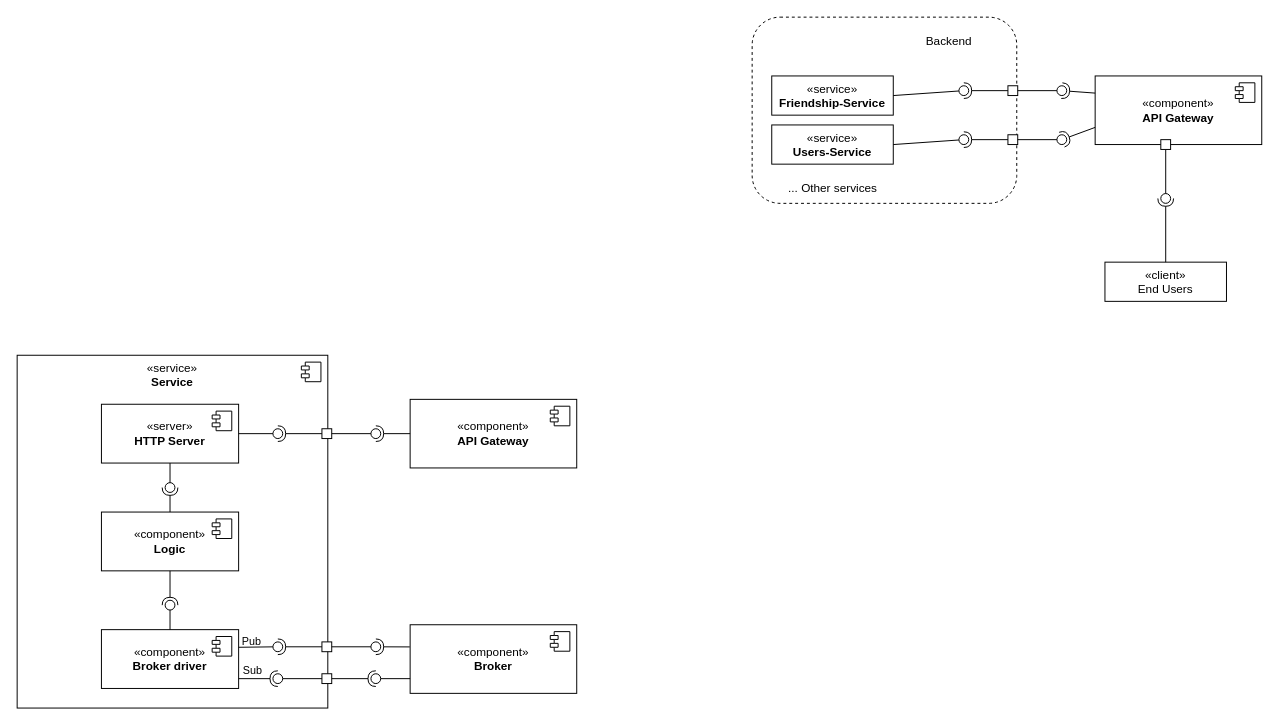
Earlier version of the draw.io diagram page "Page-4" (4 of 4) of resources/ddd.drawio (zucchero-sintattico/piper-kt). Source tidied: cells renumbered, new cells numbered last; positions are measured from the earlier drawing's top-left corner, leaving out a move shared by most shapes. Both pictures are drawn from the tidied source at 98%, with x=0, y=0 at pixel (17, 17).
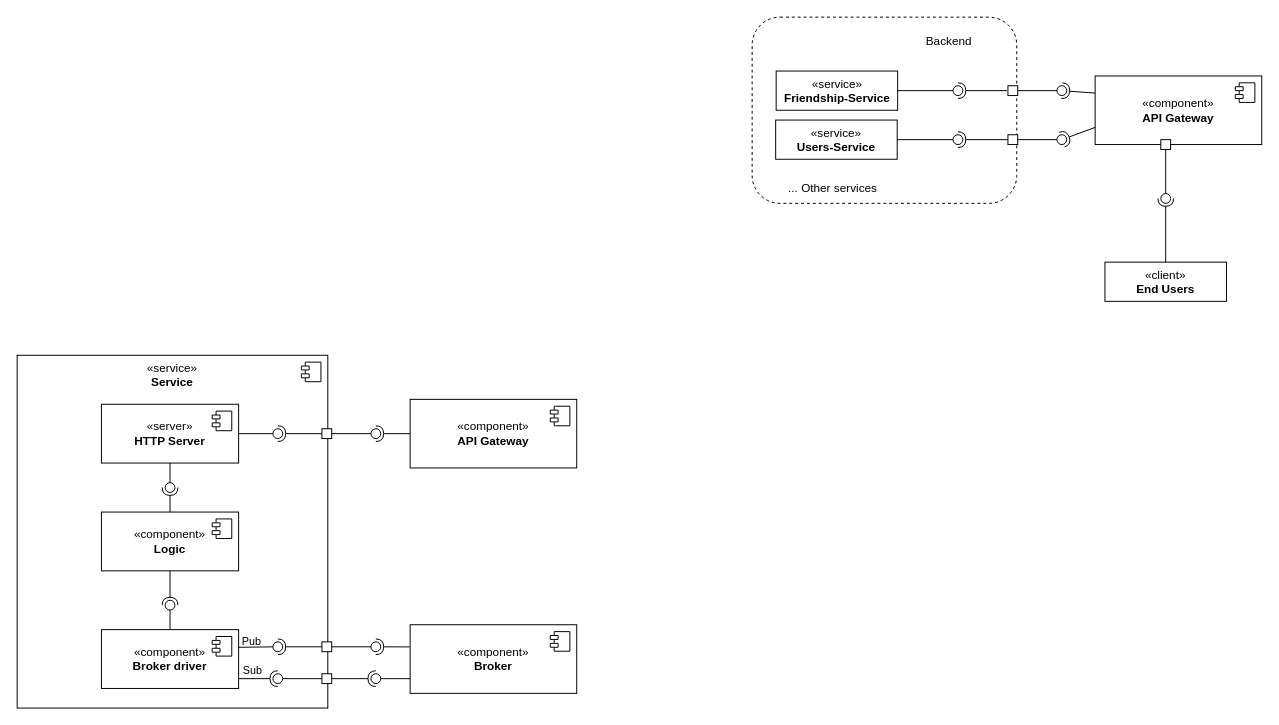
Above is the later version.

Commit message:
docs: fix api gateway diagram

Unchanged cells that the change refers to:
```xml
<mxCell id="51" style="rounded=0;whiteSpace=wrap;html=1;" parent="1" vertex="1">
  <mxGeometry x="1011" y="70" width="10" height="10" as="geometry" />
</mxCell>
<mxCell id="54" style="ellipse;whiteSpace=wrap;html=1;align=center;fillColor=none;strokeColor=none;perimeter=centerPerimeter;points=[];outlineConnect=1;" parent="1" vertex="1">
  <mxGeometry x="961" y="70" width="10" height="10" as="geometry" />
</mxCell>
```

Change to the diagram source:
```diff
@@
     <mxCell id="50" value="«service»&lt;br&gt;&lt;b&gt;Friendship-Service&lt;/b&gt;" style="html=1;whiteSpace=wrap;fontColor=default;align=center;verticalAlign=top;" parent="1" vertex="1">
-      <mxGeometry x="770" y="60" width="124" height="40" as="geometry" />
+      <mxGeometry x="774.5" y="55" width="124" height="40" as="geometry" />
     </mxCell>
@@
-    <mxCell id="52" style="rounded=0;jettySize=auto;html=1;endArrow=halfCircle;endFill=0;endSize=6;strokeWidth=1;sketch=0;exitX=0;exitY=0.5;exitDx=0;exitDy=0;" parent="1" edge="1" source="51" target="54">
-      <mxGeometry relative="1" as="geometry" />
+    <mxCell id="52" style="rounded=0;orthogonalLoop=1;jettySize=auto;html=1;endArrow=halfCircle;endFill=0;endSize=6;strokeWidth=1;sketch=0;" parent="1" edge="1">
+      <mxGeometry relative="1" as="geometry">
+        <mxPoint x="1010" y="75" as="sourcePoint" />
+        <mxPoint x="960" y="75" as="targetPoint" />
+      </mxGeometry>
     </mxCell>
-    <mxCell id="53" style="rounded=0;jettySize=auto;html=1;endArrow=oval;endFill=0;sketch=0;sourcePerimeterSpacing=0;targetPerimeterSpacing=0;endSize=10;exitX=1;exitY=0.5;exitDx=0;exitDy=0;" parent="1" edge="1" source="50" target="54">
-      <mxGeometry relative="1" as="geometry" />
+    <mxCell id="53" style="rounded=0;jettySize=auto;html=1;endArrow=oval;endFill=0;sketch=0;sourcePerimeterSpacing=0;targetPerimeterSpacing=0;endSize=10;exitX=1;exitY=0.5;exitDx=0;exitDy=0;" parent="1" edge="1" source="50">
+      <mxGeometry relative="1" as="geometry">
+        <mxPoint x="960" y="75" as="targetPoint" />
+      </mxGeometry>
     </mxCell>
@@
     <mxCell id="60" value="«service»&lt;br&gt;&lt;b&gt;Users-Service&lt;/b&gt;" style="html=1;whiteSpace=wrap;fontColor=default;align=center;verticalAlign=top;" parent="1" vertex="1">
-      <mxGeometry x="770" y="110" width="124" height="40" as="geometry" />
+      <mxGeometry x="774" y="105" width="124" height="40" as="geometry" />
     </mxCell>
@@
     <mxCell id="64" style="ellipse;whiteSpace=wrap;html=1;align=center;fillColor=none;strokeColor=none;perimeter=centerPerimeter;points=[];outlineConnect=1;" parent="1" vertex="1">
-      <mxGeometry x="961" y="120" width="10" height="10" as="geometry" />
+      <mxGeometry x="955" y="120" width="10" height="10" as="geometry" />
     </mxCell>
@@
-    <mxCell id="70" value="«client»&lt;div&gt;End Users&lt;/div&gt;" style="html=1;whiteSpace=wrap;fontColor=default;align=center;verticalAlign=top;" parent="1" vertex="1">
+    <mxCell id="70" value="«client»&lt;div&gt;&lt;b&gt;End Users&lt;/b&gt;&lt;/div&gt;" style="html=1;whiteSpace=wrap;fontColor=default;align=center;verticalAlign=top;" parent="1" vertex="1">
       <mxGeometry x="1110" y="250" width="124" height="40" as="geometry" />
     </mxCell>
```
